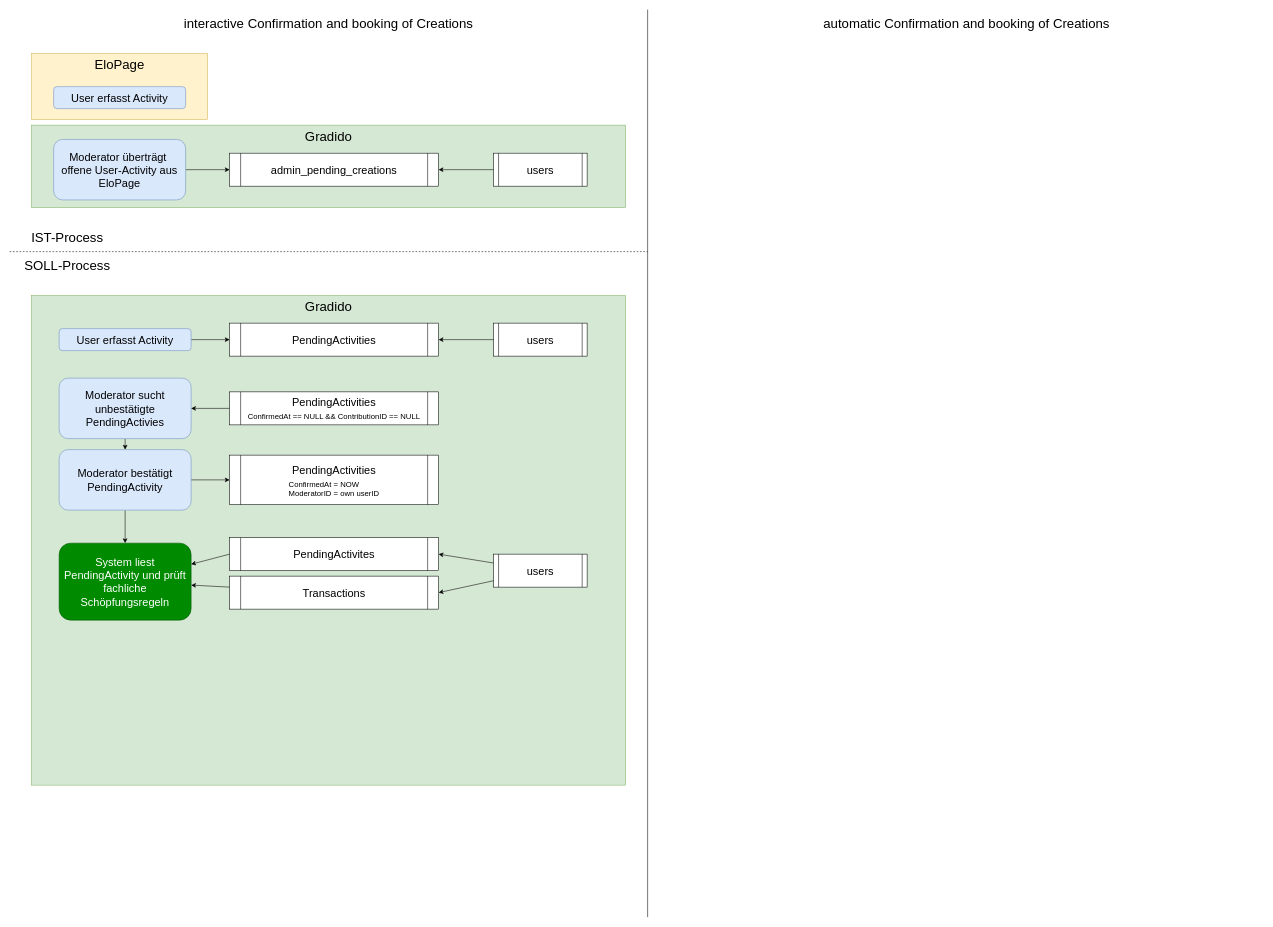
gradido/gradido keeps this draw.io diagram as docu/Concepts/BusinessRequirements/graphics/Ablauf_manuelle_auto_Creations.drawio. Above is the earlier version. Source tidied: cells renumbered, new cells numbered last; positions are measured from the earlier drawing's top-left corner, leaving out a move shared by most shapes. Both pictures are drawn from the tidied source at 55%, with x=0, y=0 at pixel (9, 9).
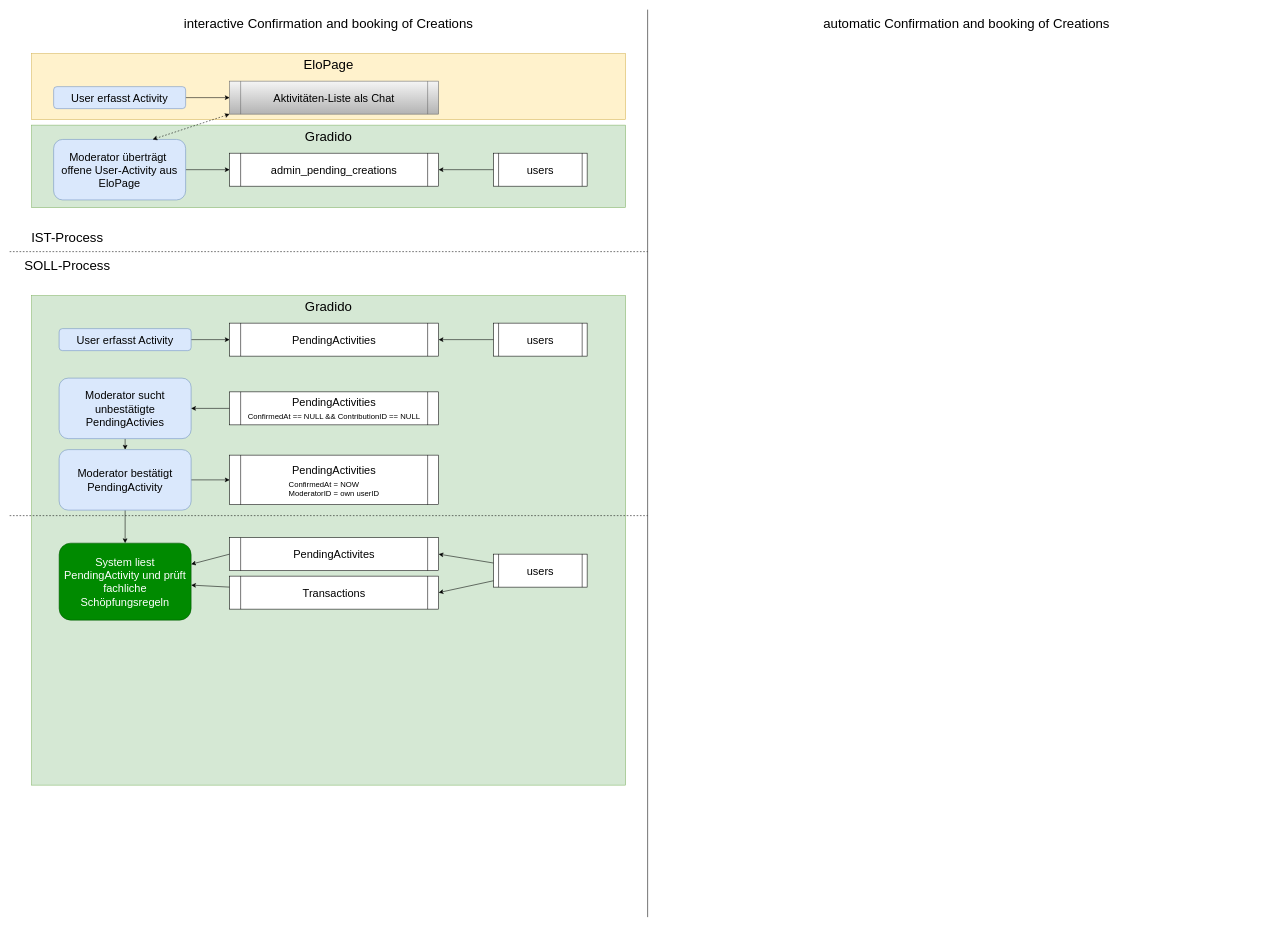
Above is the later version.

Commit message:
first steps of process

The change refers to these unchanged cells:
```xml
<mxCell id="6" value="User erfasst Activity" style="rounded=1;whiteSpace=wrap;html=1;fontSize=20;fillColor=#dae8fc;strokeColor=#6c8ebf;" parent="1" vertex="1">
  <mxGeometry x="80" y="140" width="240" height="40" as="geometry" />
</mxCell>
<mxCell id="9" value="Moderator überträgt&amp;nbsp; offene User-Activity aus EloPage" style="rounded=1;whiteSpace=wrap;html=1;fontSize=20;fillColor=#dae8fc;strokeColor=#6c8ebf;" parent="1" vertex="1">
  <mxGeometry x="80" y="236" width="240" height="110" as="geometry" />
</mxCell>
```

What changed in the source:
```diff
@@
     <mxCell id="2" value="EloPage" style="rounded=0;whiteSpace=wrap;html=1;fontSize=24;fillColor=#fff2cc;strokeColor=#d6b656;verticalAlign=top;align=center;" parent="1" vertex="1">
-      <mxGeometry x="40" y="80" width="320" height="120" as="geometry" />
+      <mxGeometry x="40" y="80" width="1080" height="120" as="geometry" />
     </mxCell>
@@
+    <mxCell id="38" style="edgeStyle=none;html=1;fontSize=14;" parent="1" edge="1" source="6" target="40">
+      <mxGeometry relative="1" as="geometry" />
+    </mxCell>
@@
+    <mxCell id="39" style="edgeStyle=none;html=1;entryX=0.75;entryY=0;entryDx=0;entryDy=0;fontSize=14;dashed=1;startArrow=classic;startFill=1;exitX=0;exitY=1;exitDx=0;exitDy=0;" parent="1" edge="1" source="40" target="9">
+      <mxGeometry relative="1" as="geometry" />
+    </mxCell>
+    <mxCell id="40" value="Aktivitäten-Liste als Chat" style="shape=process;whiteSpace=wrap;html=1;backgroundOutline=1;fontSize=20;size=0.05263157894736842;fillColor=#f5f5f5;strokeColor=#666666;gradientColor=#b3b3b3;" parent="1" vertex="1">
+      <mxGeometry x="400" y="130" width="380" height="60" as="geometry" />
+    </mxCell>
+    <mxCell id="41" style="endArrow=none;dashed=1;html=1;fontSize=24;" parent="1" edge="1">
+      <mxGeometry relative="1" as="geometry">
+        <mxPoint y="920" as="sourcePoint" />
+        <mxPoint x="1160" y="920" as="targetPoint" />
+      </mxGeometry>
+    </mxCell>
```
